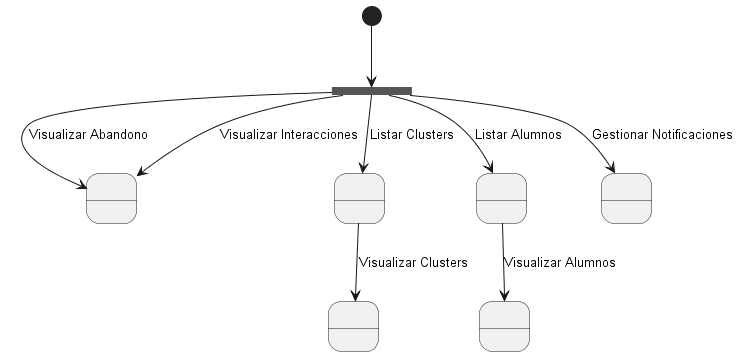
Above: 000-entregas/Grupo1/CasosDeUso/images/Contexto.png in mmasias/IdSw1-22-23 (PlantUML), before the change.
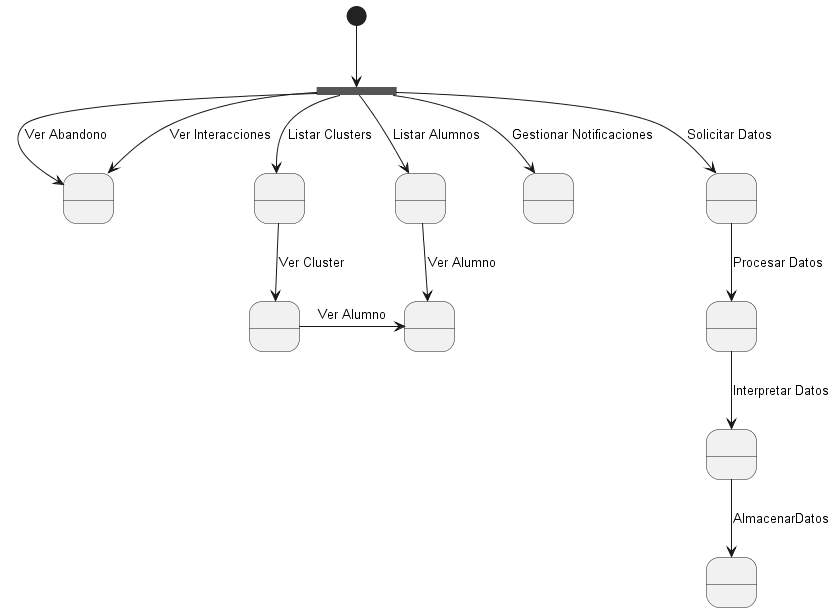
After the change.

Diff of the diagram source:
```diff
@@ -2,25 +2,29 @@
 
 State fork <<fork>>
 
-state VisualizarEstadisticas as " " <<state>>
-
-state VisualizarAlumnos as " " <<state>>
+state VerEstadisticas as " " <<state>>
+state VerAlumno as " " <<state>>
 state ListarClusters as " " <<state>>
 state ListarAlumnos as " " <<state>>
-state VisualizarClusters as " " <<state>>
+state VerCluster as " " <<state>>
 state GestionarNotificaciones as " " <<state>>
-
+state SoliciatarDatos as " " <<state>>
+state ProcesarDatos as " " <<state>>
+state InterpretarDatos as " " <<state>>
+state AlmacenarDatos as " " <<state>>
 [*] -d-> fork
-fork --> VisualizarEstadisticas : Visualizar Abandono
-fork --> VisualizarEstadisticas : Visualizar Interacciones
+fork --> VerEstadisticas : Ver Abandono
+fork --> VerEstadisticas : Ver Interacciones
 
 fork --> ListarAlumnos : Listar Alumnos
-ListarAlumnos --> VisualizarAlumnos : Visualizar Alumnos
+ListarAlumnos --> VerAlumno : Ver Alumno
 
 fork --> ListarClusters : Listar Clusters
-ListarClusters --> VisualizarClusters : Visualizar Clusters
-
+ListarClusters --> VerCluster : Ver Cluster
+VerCluster -> VerAlumno : Ver Alumno
 fork --> GestionarNotificaciones : Gestionar Notificaciones
-
-
+fork --> SoliciatarDatos : Solicitar Datos
+SoliciatarDatos --> ProcesarDatos : Procesar Datos
+ProcesarDatos --> InterpretarDatos : Interpretar Datos
+InterpretarDatos-->AlmacenarDatos : AlmacenarDatos
 @enduml
```
